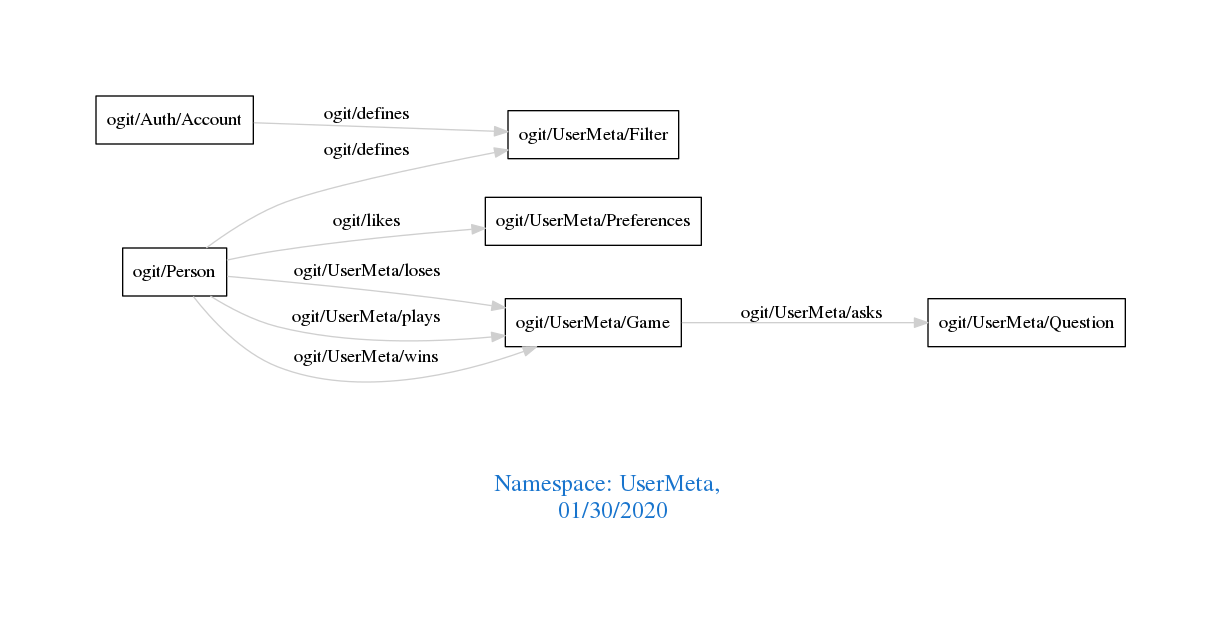
The Graphviz diagram downloads/UserMeta.png in arago/OGIT, before a commit. Its source is kept beside it as downloads/UserMeta.dot.
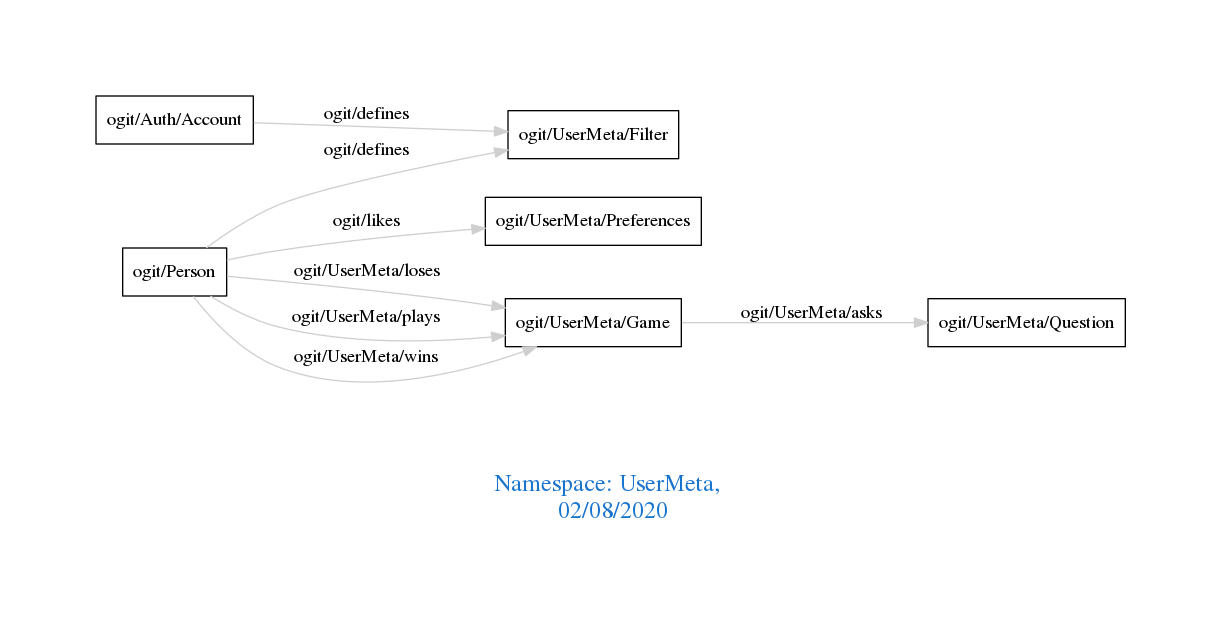
Above is the later version.

The edit, as a diff of the source:
```diff
@@ -1,7 +1,7 @@
 digraph OGIT_ontology {
  graph [ rankdir= LR,pad=1
 fontsize = 18,
-fontcolor= dodgerblue3,label = "\n\n\nNamespace: UserMeta, \n 01/30/2020"];
+fontcolor= dodgerblue3,label = "\n\n\nNamespace: UserMeta, \n 02/08/2020"];
 node[shape=polygon];
 edge [  color="gray81"];
 
```
